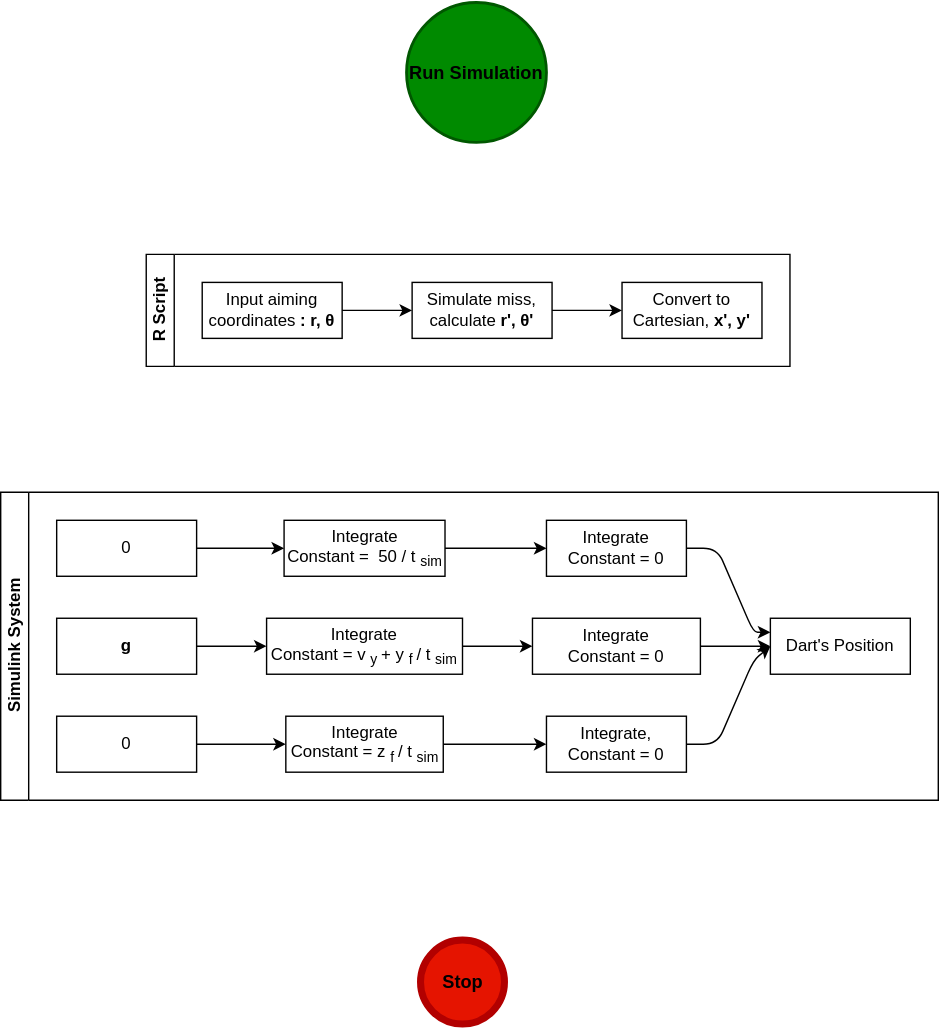
This is img/projFlow.drawio.svg from ojaroker/Darts, a draw.io export, as it was before one commit. Source tidied: cells renumbered, new cells last; positions are measured from the earlier drawing's top-left corner, leaving out a move shared by most shapes.
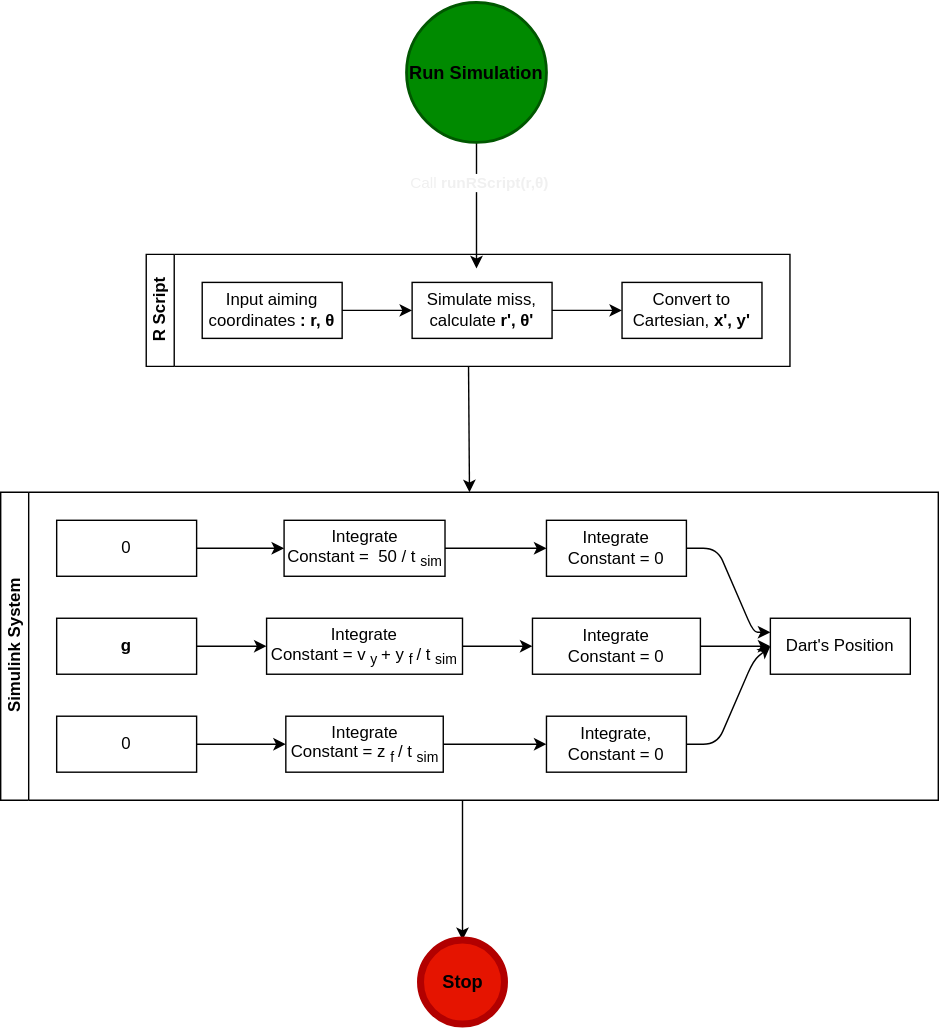
The same file after the commit.

Change to the diagram source:
```diff
@@ -2,9 +2,20 @@
   <root>
     <mxCell id="0" />
     <mxCell id="1" parent="0" />
+    <mxCell id="40" style="edgeStyle=none;html=1;fontColor=#000000;" parent="1" edge="1" source="2">
+      <mxGeometry relative="1" as="geometry">
+        <mxPoint x="340" y="190" as="targetPoint" />
+      </mxGeometry>
+    </mxCell>
+    <mxCell id="41" value="&lt;font color=&quot;#f0f0f0&quot;&gt;Call &lt;b&gt;runRScript(r,θ)&lt;/b&gt;&lt;/font&gt;" style="edgeLabel;html=1;align=center;verticalAlign=middle;fontColor=#000000;" parent="40" vertex="1">
+      <mxGeometry x="-0.36" y="1" relative="1" as="geometry" />
+    </mxCell>
     <mxCell id="2" value="&lt;font size=&quot;1&quot; color=&quot;#000000&quot;&gt;&lt;b style=&quot;font-size: 13px;&quot;&gt;Run Simulation&lt;/b&gt;&lt;/font&gt;" style="strokeWidth=2;html=1;shape=mxgraph.flowchart.start_2;whiteSpace=wrap;fillColor=#008a00;fontColor=#ffffff;strokeColor=#005700;" parent="1" vertex="1">
       <mxGeometry x="290" width="100" height="100" as="geometry" />
     </mxCell>
+    <mxCell id="42" style="edgeStyle=none;html=1;entryX=0.5;entryY=0;entryDx=0;entryDy=0;fontColor=#000000;" parent="1" edge="1" source="3" target="9">
+      <mxGeometry relative="1" as="geometry" />
+    </mxCell>
     <mxCell id="3" value="R Script" style="swimlane;html=1;startSize=20;horizontal=0;flowOrientation=west;interRankCellSpacing=50;containerType=tree;fontSize=12;" parent="1" vertex="1">
       <mxGeometry x="104" y="180" width="460" height="80" as="geometry" />
     </mxCell>
@@ -33,6 +44,11 @@
     <mxCell id="8" value="Convert to Cartesian, &lt;b&gt;x', y'&lt;/b&gt;" style="whiteSpace=wrap;html=1;align=center;" parent="3" vertex="1">
       <mxGeometry x="340" y="20" width="100" height="40" as="geometry" />
     </mxCell>
+    <mxCell id="43" style="edgeStyle=none;html=1;entryX=0.5;entryY=0;entryDx=0;entryDy=0;fontColor=#000000;" parent="1" edge="1" target="39">
+      <mxGeometry relative="1" as="geometry">
+        <mxPoint x="330" y="570" as="sourcePoint" />
+      </mxGeometry>
+    </mxCell>
     <mxCell id="9" value="Simulink System" style="swimlane;html=1;startSize=20;horizontal=0;flowOrientation=west;interRankCellSpacing=50;containerType=tree;fontSize=12;" parent="1" vertex="1">
       <mxGeometry y="350" width="670" height="220" as="geometry" />
     </mxCell>
```
